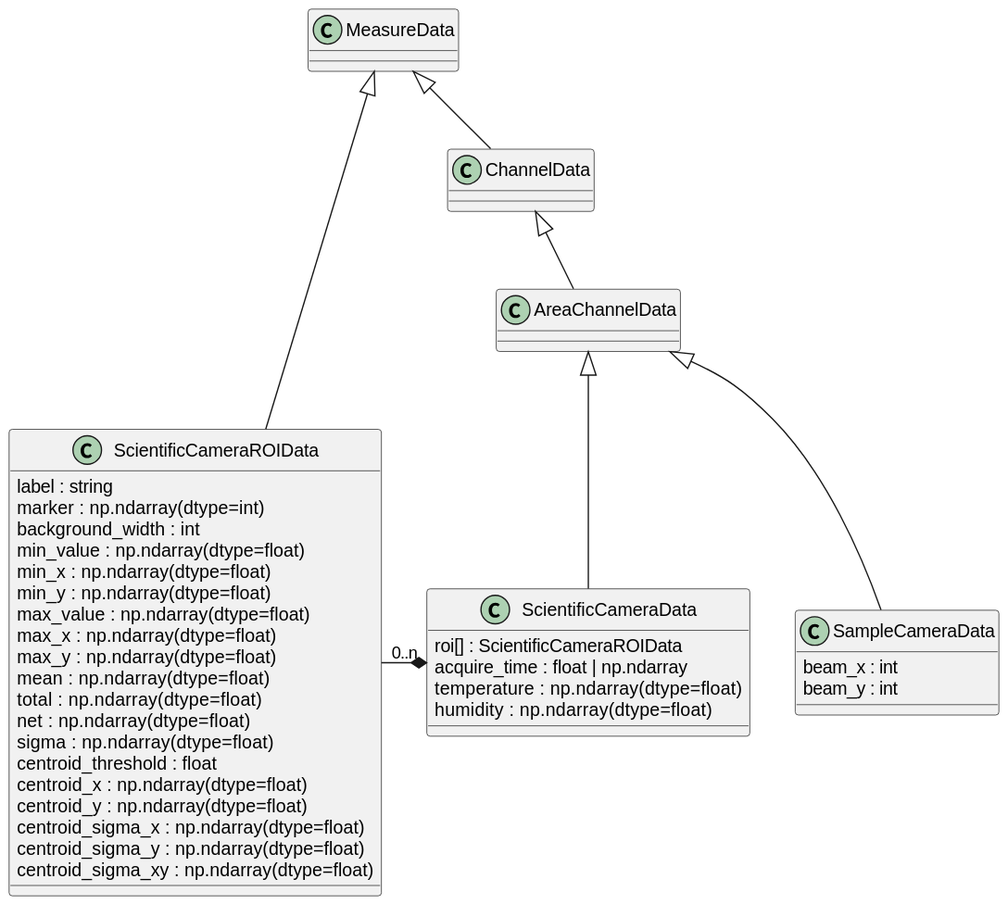
Before: docs/uml/areachannel.svg, a diagram exported from PlantUML (tillbiskup/evedata).
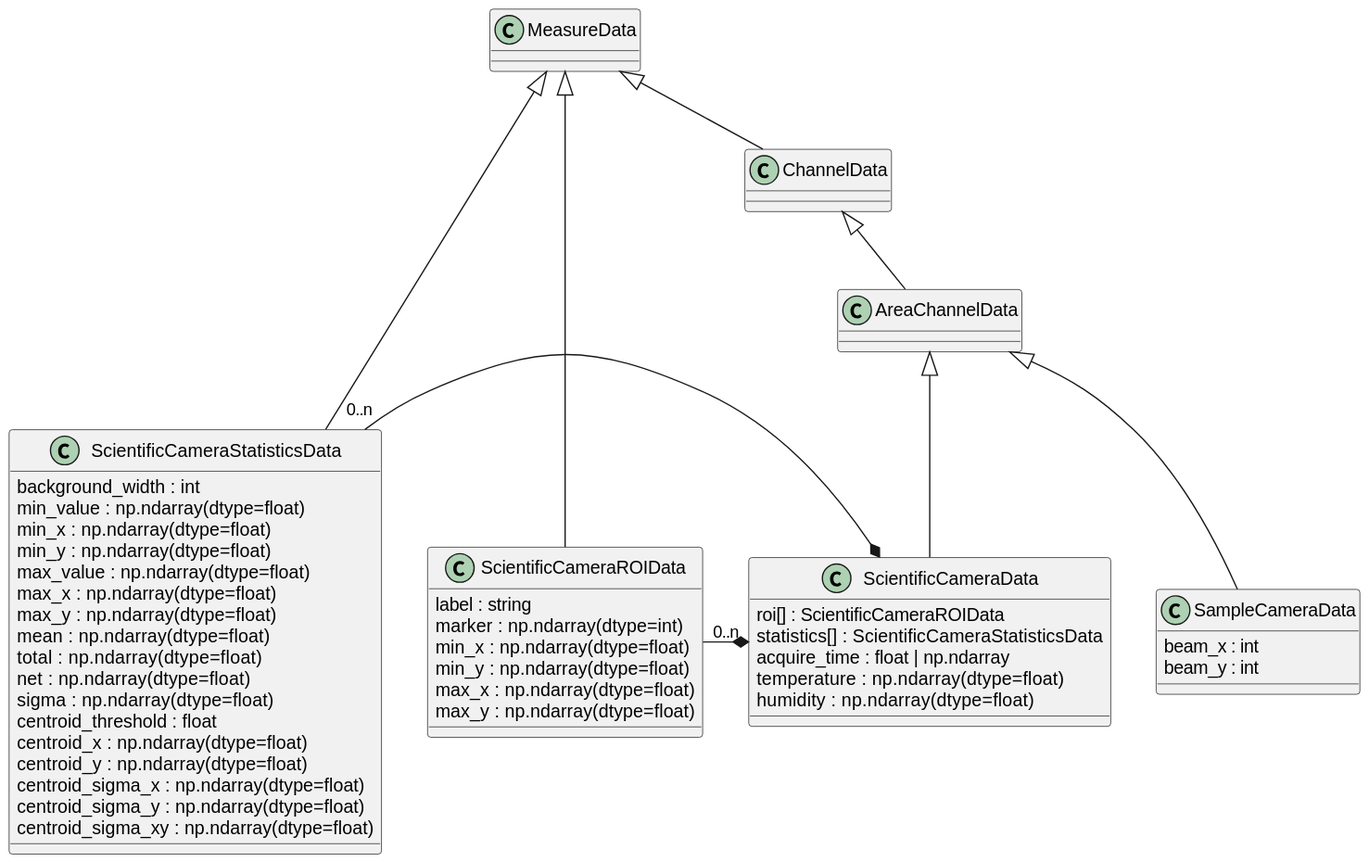
Later version of the same file.

Commit message:
Separated ROIs and statistics for scientific cameras.

The edit, as a diff of the source:
```diff
@@ -11,6 +11,7 @@
 
 class ScientificCameraData extends AreaChannelData {
     roi[] : ScientificCameraROIData
+    statistics[] : ScientificCameraStatisticsData
     acquire_time : float | np.ndarray
     {field} temperature : np.ndarray(dtype=float)
     {field} humidity : np.ndarray(dtype=float)
@@ -21,6 +22,8 @@
     class ScientificCameraROIData
 }
 
+ScientificCameraStatisticsData -[hidden]> ScientificCameraROIData
+ScientificCameraStatisticsData "0..n" -* ScientificCameraData
 ScientificCameraROIData -[hidden]> ScientificCameraData
 ScientificCameraROIData "0..n" -* ScientificCameraData
 ScientificCameraROIData -[hidden]> ScientificCameraData
@@ -28,6 +31,13 @@
 class ScientificCameraROIData extends MeasureData {
     {field} label : string
     {field} marker : np.ndarray(dtype=int)
+    {field} min_x : np.ndarray(dtype=float)
+    {field} min_y : np.ndarray(dtype=float)
+    {field} max_x : np.ndarray(dtype=float)
+    {field} max_y : np.ndarray(dtype=float)
+}
+
+class ScientificCameraStatisticsData extends MeasureData {
     background_width : int
     {field} min_value : np.ndarray(dtype=float)
     {field} min_x : np.ndarray(dtype=float)
```
